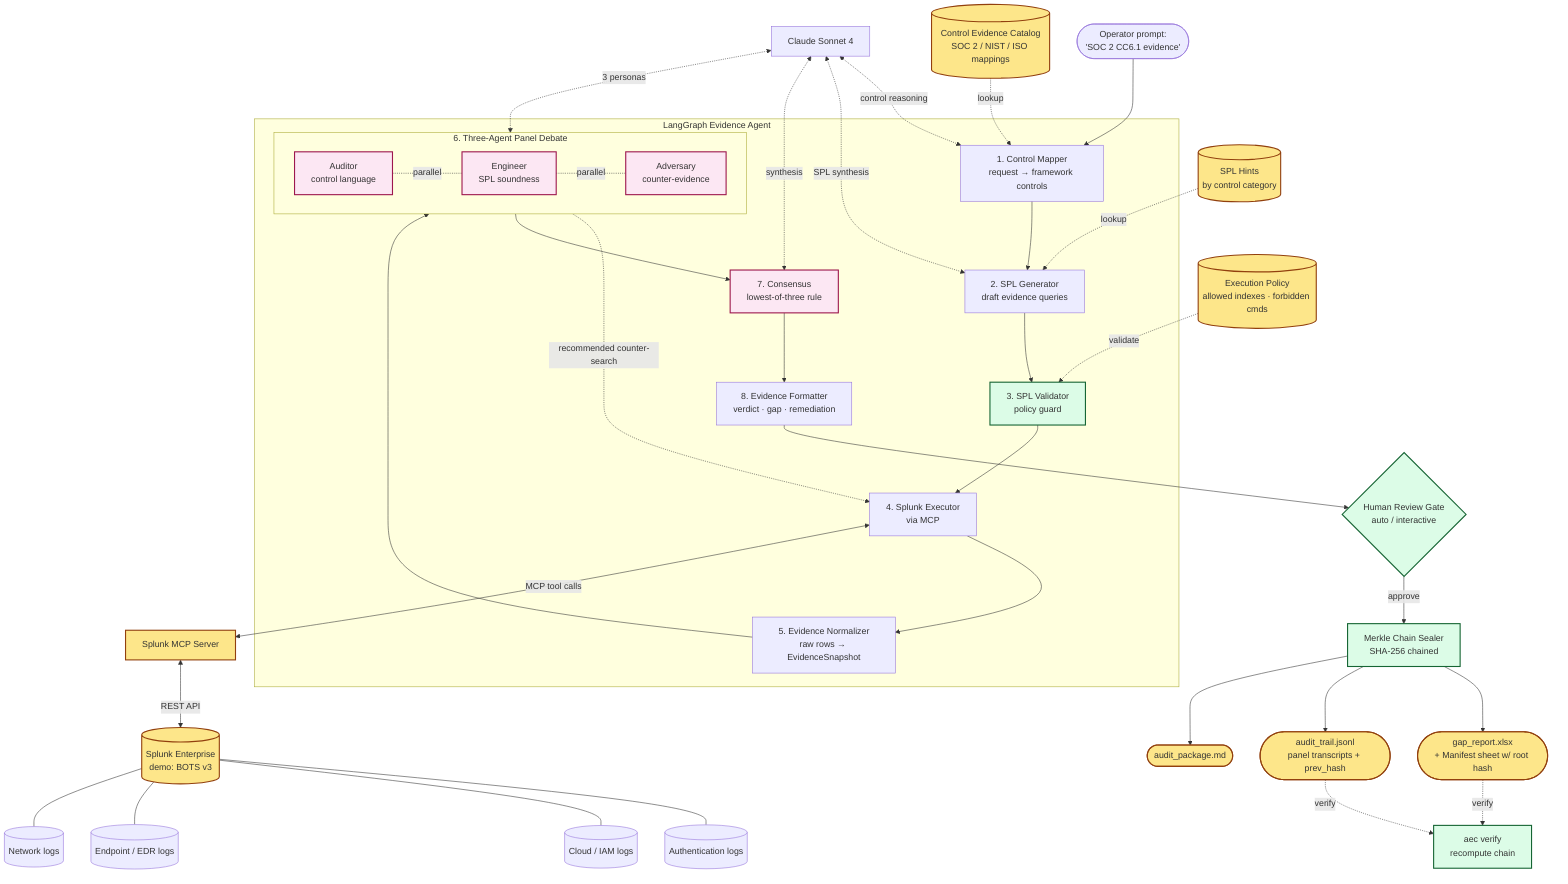
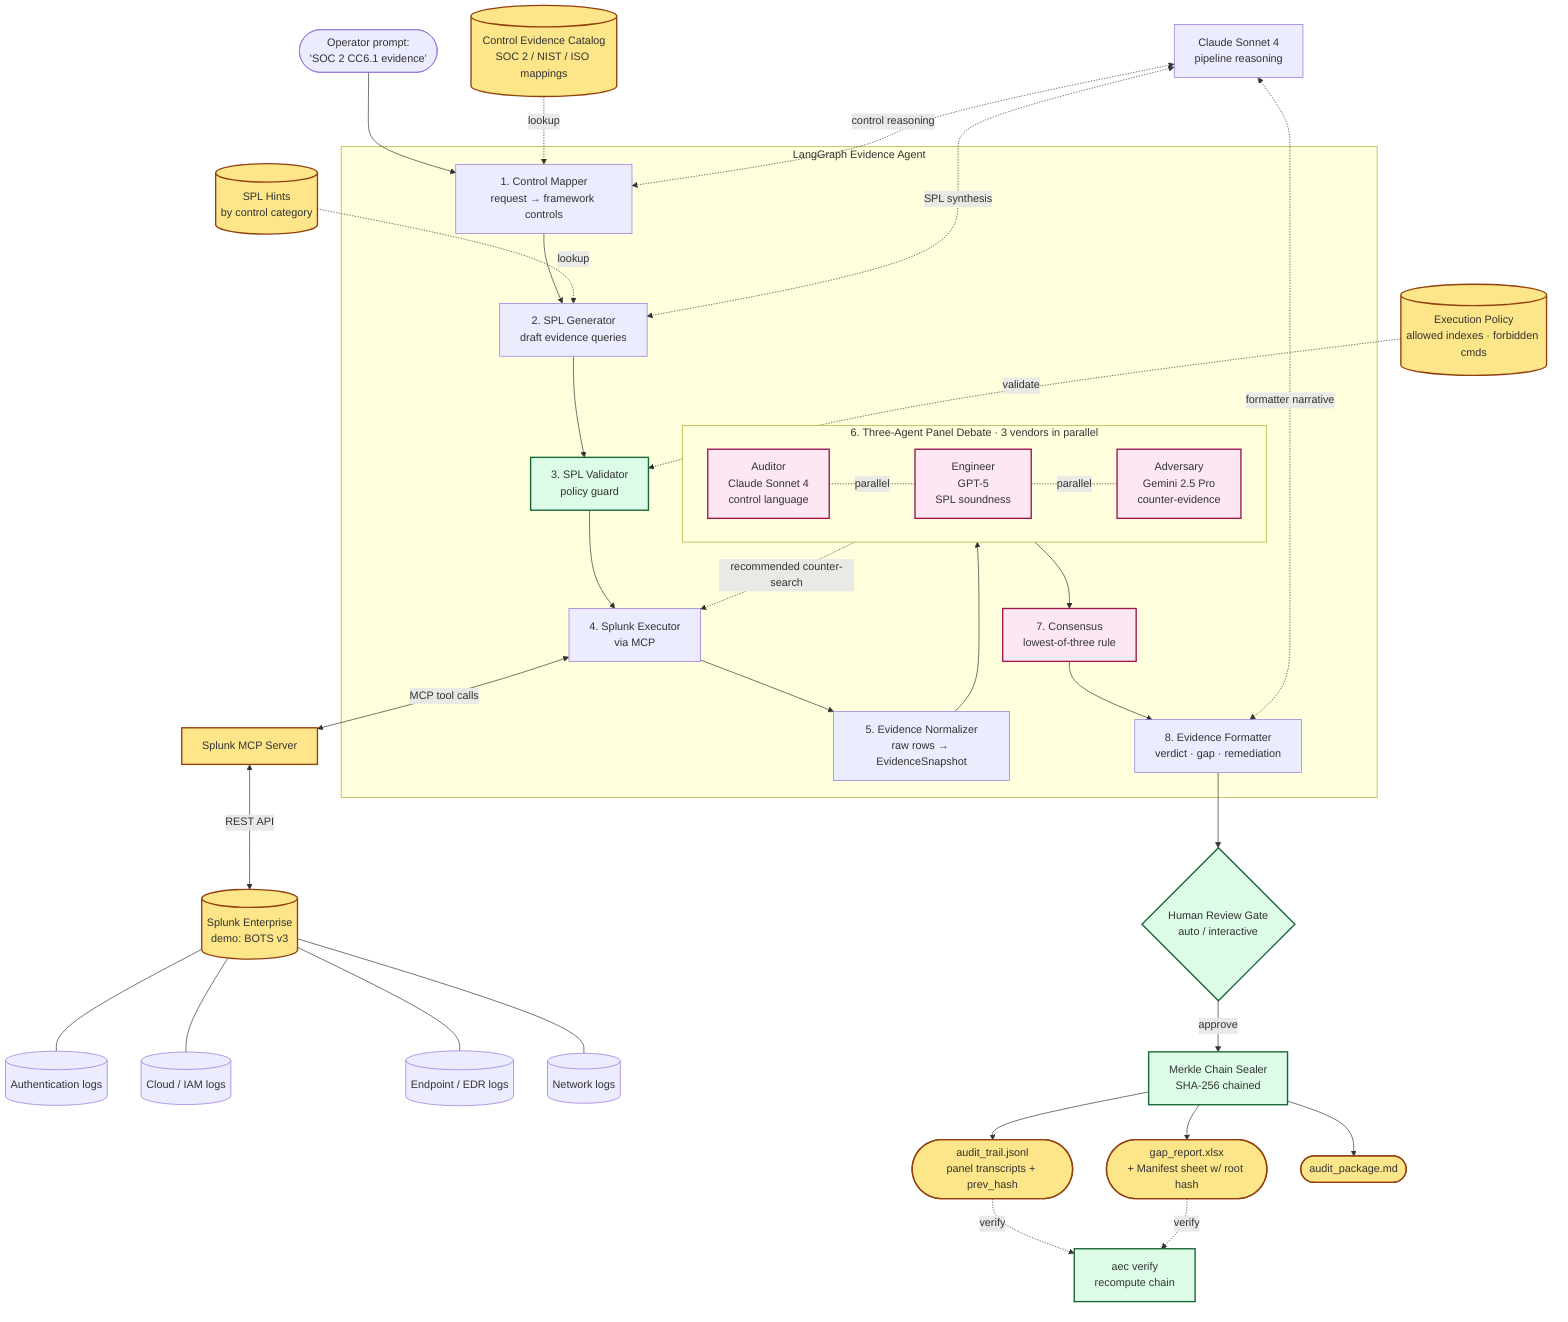
flowchart TD
    O([Operator prompt:<br/>'SOC 2 CC6.1 evidence']) --> CM

    subgraph Agent[LangGraph Evidence Agent]
        CM[1. Control Mapper<br/>request → framework controls] --> SG[2. SPL Generator<br/>draft evidence queries]
        SG --> SV[3. SPL Validator<br/>policy guard]
        SV --> SE[4. Splunk Executor<br/>via MCP]
        SE --> EN[5. Evidence Normalizer<br/>raw rows → EvidenceSnapshot]

        EN --> PANEL

-         subgraph PANEL[6. Three-Agent Panel Debate]
+         subgraph PANEL[6. Three-Agent Panel Debate · 3 vendors in parallel]
            direction LR
-             AUD[Auditor<br/>control language] -.parallel.- ENG[Engineer<br/>SPL soundness]
-             ENG -.parallel.- ADV[Adversary<br/>counter-evidence]
+             AUD[Auditor<br/>Claude Sonnet 4<br/>control language] -.parallel.- ENG[Engineer<br/>GPT-5<br/>SPL soundness]
+             ENG -.parallel.- ADV[Adversary<br/>Gemini 2.5 Pro<br/>counter-evidence]
        end

        PANEL --> CON[7. Consensus<br/>lowest-of-three rule]
        CON --> FM[8. Evidence Formatter<br/>verdict · gap · remediation]
    end

    CAT[(Control Evidence Catalog<br/>SOC 2 / NIST / ISO mappings)] -.lookup.-> CM
    HINT[(SPL Hints<br/>by control category)] -.lookup.-> SG
    POLICY[(Execution Policy<br/>allowed indexes · forbidden cmds)] -.validate.-> SV

    SE <-->|MCP tool calls| MCP[Splunk MCP Server]
    MCP <-->|REST API| SPL[(Splunk Enterprise<br/>demo: BOTS v3)]
    SPL --- AUTH[(Authentication logs)]
    SPL --- CLOUD[(Cloud / IAM logs)]
    SPL --- EDR[(Endpoint / EDR logs)]
    SPL --- NET[(Network logs)]

    ADV -.recommended counter-search.-> SE

    FM --> REVIEW{Human Review Gate<br/>auto / interactive}
    REVIEW -->|approve| MERKLE[Merkle Chain Sealer<br/>SHA-256 chained]
    MERKLE --> OUT([gap_report.xlsx<br/>+ Manifest sheet w/ root hash])
    MERKLE --> LOG([audit_trail.jsonl<br/>panel transcripts + prev_hash])
    MERKLE --> MD([audit_package.md])

    LOG -.verify.-> VER[aec verify<br/>recompute chain]
    OUT -.verify.-> VER

-     LLM[Claude Sonnet 4] <-.control reasoning.-> CM
-     LLM <-.SPL synthesis.-> SG
-     LLM <-.3 personas.-> PANEL
-     LLM <-.synthesis.-> CON
+     LLM_PIPE[Claude Sonnet 4<br/>pipeline reasoning] <-.control reasoning.-> CM
+     LLM_PIPE <-.SPL synthesis.-> SG
+     LLM_PIPE <-.formatter narrative.-> FM

    classDef accent fill:#fde68a,stroke:#92400e,stroke-width:2px;
    classDef data fill:#dbeafe,stroke:#1e40af;
    classDef guard fill:#dcfce7,stroke:#166534,stroke-width:2px;
    classDef panel fill:#fce7f3,stroke:#9d174d,stroke-width:2px;
    class MCP,SPL accent
    class CAT,HINT,POLICY,OUT,LOG,MD accent
    class SV,REVIEW,MERKLE,VER guard
    class AUD,ENG,ADV,CON panel
